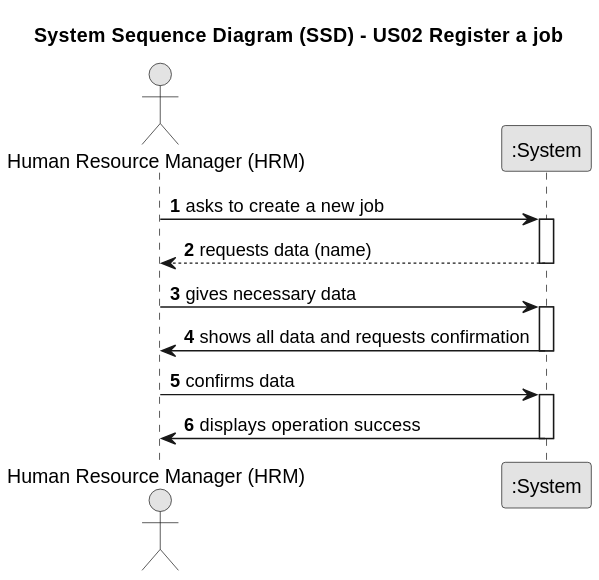
Departamento-de-Engenharia-Informatica/lei-24-s2-1db-g022 keeps this PlantUML diagram as docs/sprintA/us02/01.requirements-engineering/svg/us002-system-sequence-diagram.svg. Above is the earlier version.
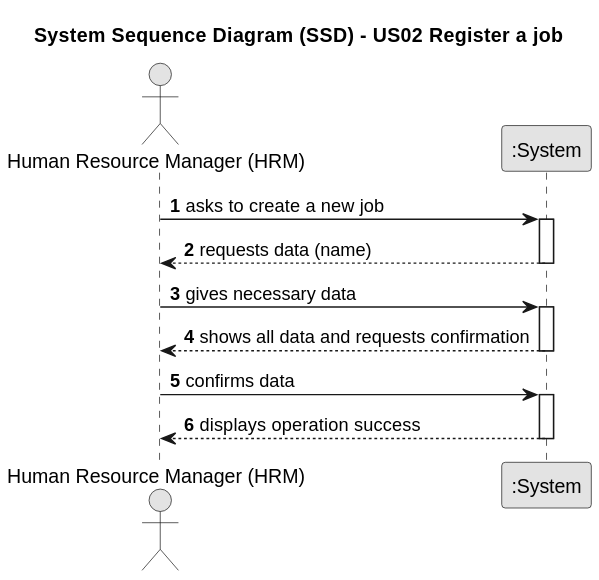
After the commit.

Commit message:
Rectification of the US02 sequence diagram and addition of new information to the readme

Change to the diagram source:
```diff
@@ -19,12 +19,12 @@
     HRM -> System : gives necessary data
     activate System
 
-    System -> HRM : shows all data and requests confirmation
+    System --> HRM : shows all data and requests confirmation
     deactivate System
 
     HRM -> System : confirms data
     activate System
 
-    System -> HRM : displays operation success
+    System --> HRM : displays operation success
     deactivate System
 @enduml
```
